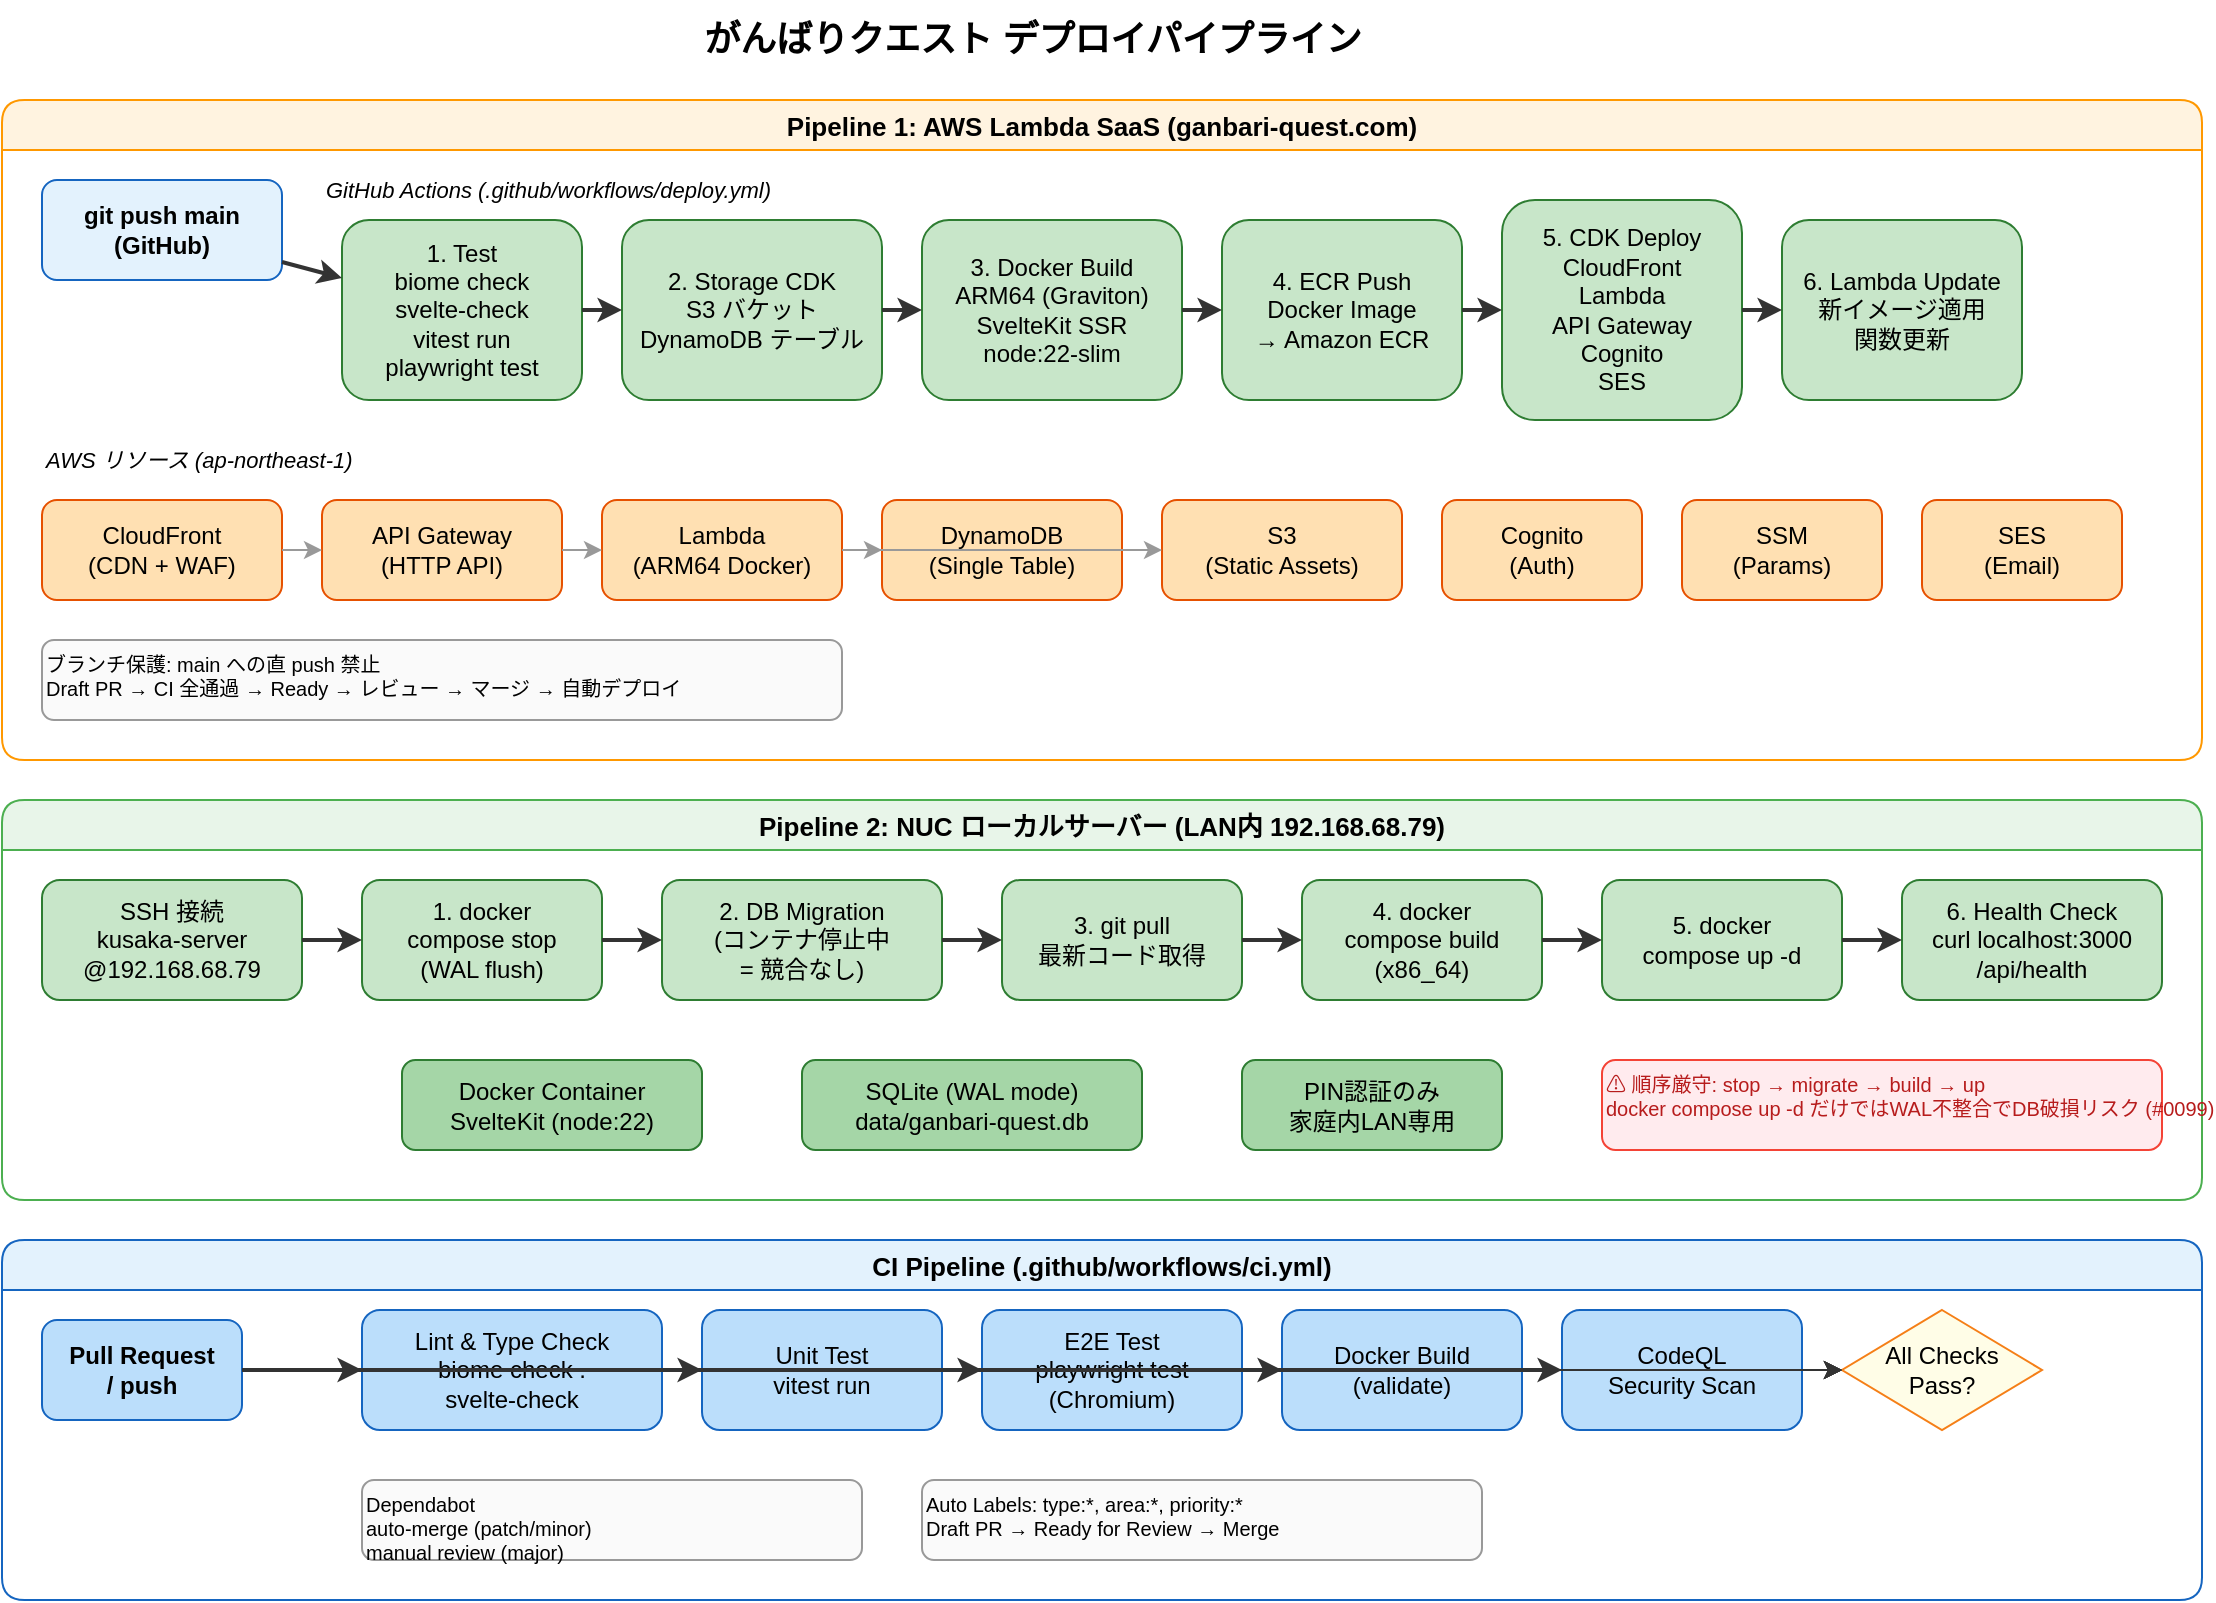
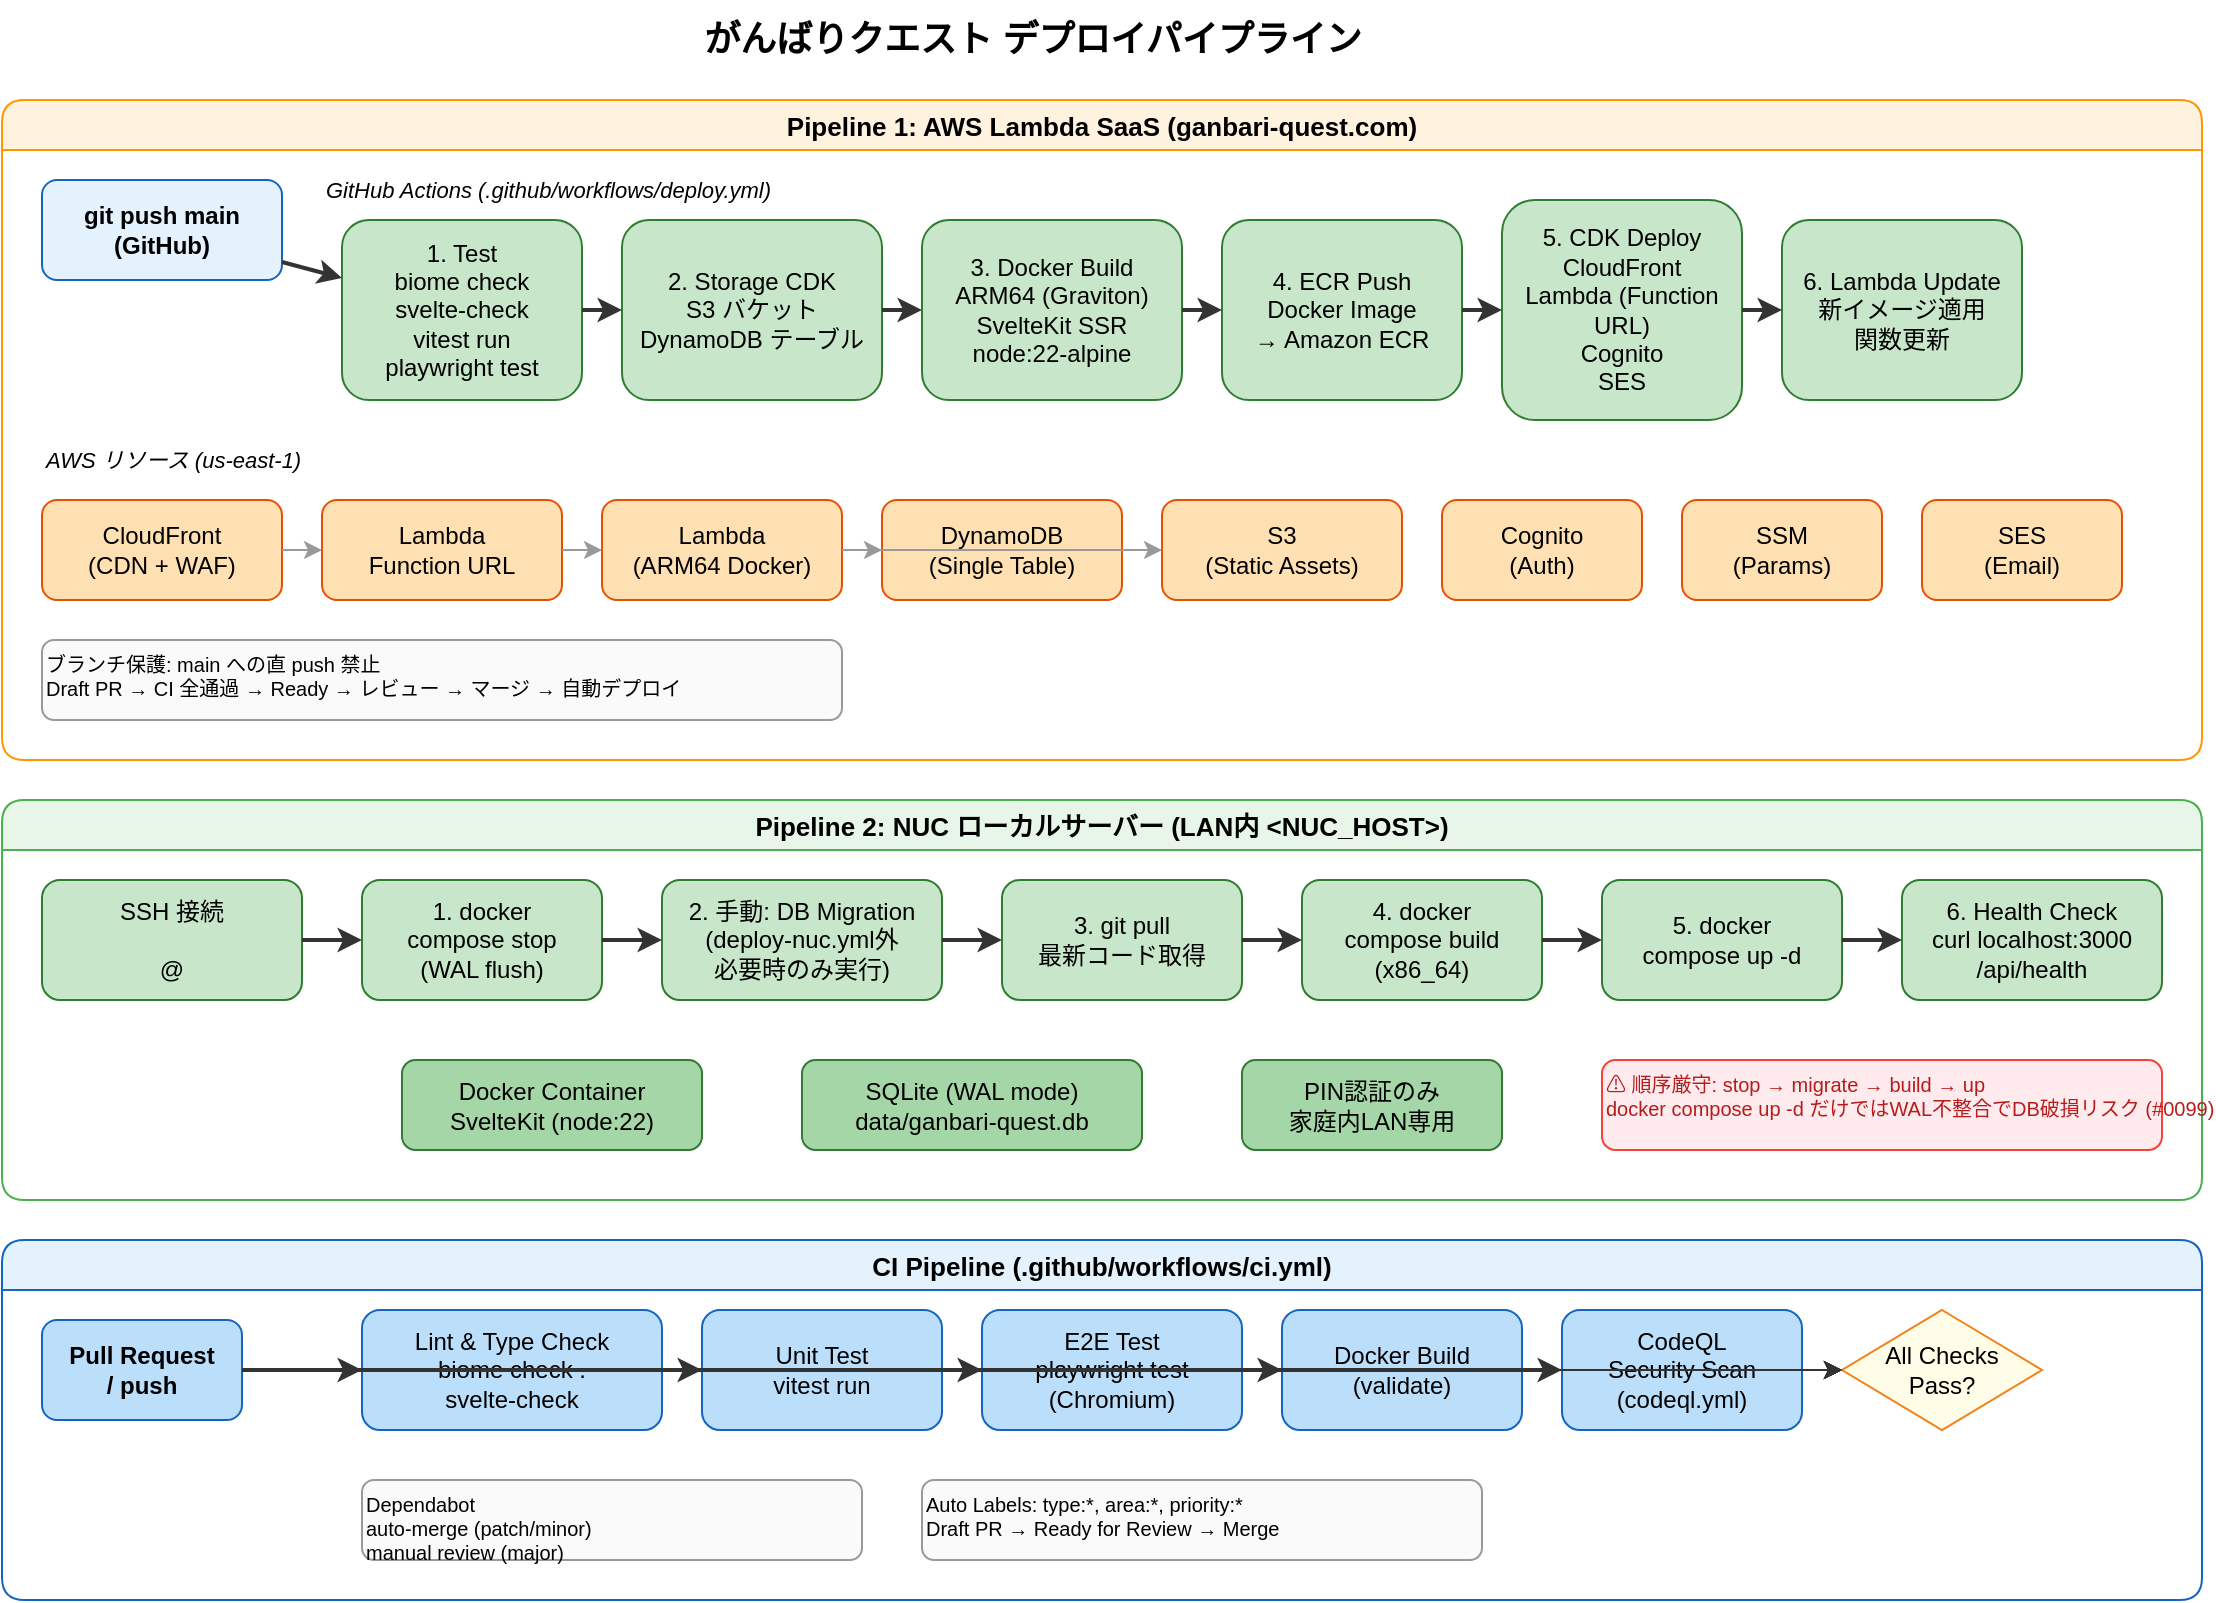
<mxfile host="app.diagrams.net" modified="2026-04-09" agent="Claude" version="24.0.0" type="device">
  <diagram id="deploy-pipeline" name="Deploy Pipeline">
    <mxGraphModel dx="1422" dy="900" grid="1" gridSize="10" guides="1" tooltips="1" connect="1" arrows="1" fold="1" page="1" pageScale="1" pageWidth="1169" pageHeight="827" math="0" shadow="0">
      <root>
        <mxCell id="0" />
        <mxCell id="1" parent="0" />

        <!-- Title -->
        <mxCell id="title" value="がんばりクエスト デプロイパイプライン" style="text;html=1;align=center;verticalAlign=middle;resizable=0;points=[];autosize=1;strokeColor=none;fillColor=none;fontSize=18;fontStyle=1;" vertex="1" parent="1">
          <mxGeometry x="320" y="10" width="450" height="40" as="geometry" />
        </mxCell>

        <!-- ===== Pipeline 1: AWS Lambda (SaaS) ===== -->
        <mxCell id="p1-group" value="Pipeline 1: AWS Lambda SaaS (ganbari-quest.com)" style="swimlane;startSize=25;fillColor=#FFF3E0;strokeColor=#FF9800;rounded=1;fontSize=13;fontStyle=1;" vertex="1" parent="1">
          <mxGeometry x="30" y="60" width="1100" height="330" as="geometry" />
        </mxCell>

        <!-- Trigger -->
        <mxCell id="p1-trigger" value="git push main&#xa;(GitHub)" style="rounded=1;whiteSpace=wrap;html=1;fillColor=#E3F2FD;strokeColor=#1565C0;fontStyle=1;" vertex="1" parent="p1-group">
          <mxGeometry x="20" y="40" width="120" height="50" as="geometry" />
        </mxCell>

        <!-- GitHub Actions -->
        <mxCell id="p1-ga-label" value="GitHub Actions (.github/workflows/deploy.yml)" style="text;html=1;align=left;verticalAlign=middle;strokeColor=none;fillColor=none;fontSize=11;fontStyle=2;" vertex="1" parent="p1-group">
          <mxGeometry x="160" y="35" width="350" height="20" as="geometry" />
        </mxCell>

        <!-- Step 1: Test -->
        <mxCell id="p1-test" value="1. Test&#xa;biome check&#xa;svelte-check&#xa;vitest run&#xa;playwright test" style="rounded=1;whiteSpace=wrap;html=1;fillColor=#C8E6C9;strokeColor=#2E7D32;" vertex="1" parent="p1-group">
          <mxGeometry x="170" y="60" width="120" height="90" as="geometry" />
        </mxCell>

        <!-- Step 2: Storage CDK -->
        <mxCell id="p1-storage" value="2. Storage CDK&#xa;S3 バケット&#xa;DynamoDB テーブル" style="rounded=1;whiteSpace=wrap;html=1;fillColor=#C8E6C9;strokeColor=#2E7D32;" vertex="1" parent="p1-group">
          <mxGeometry x="310" y="60" width="130" height="90" as="geometry" />
        </mxCell>

        <!-- Step 3: Docker Build -->
-         <mxCell id="p1-docker" value="3. Docker Build&#xa;ARM64 (Graviton)&#xa;SvelteKit SSR&#xa;node:22-slim" style="rounded=1;whiteSpace=wrap;html=1;fillColor=#C8E6C9;strokeColor=#2E7D32;" vertex="1" parent="p1-group">
+         <mxCell id="p1-docker" value="3. Docker Build&#xa;ARM64 (Graviton)&#xa;SvelteKit SSR&#xa;node:22-alpine" style="rounded=1;whiteSpace=wrap;html=1;fillColor=#C8E6C9;strokeColor=#2E7D32;" vertex="1" parent="p1-group">
          <mxGeometry x="460" y="60" width="130" height="90" as="geometry" />
        </mxCell>

        <!-- Step 4: ECR Push -->
        <mxCell id="p1-ecr" value="4. ECR Push&#xa;Docker Image&#xa;→ Amazon ECR" style="rounded=1;whiteSpace=wrap;html=1;fillColor=#C8E6C9;strokeColor=#2E7D32;" vertex="1" parent="p1-group">
          <mxGeometry x="610" y="60" width="120" height="90" as="geometry" />
        </mxCell>

        <!-- Step 5: CDK Deploy -->
-         <mxCell id="p1-cdk" value="5. CDK Deploy&#xa;CloudFront&#xa;Lambda&#xa;API Gateway&#xa;Cognito&#xa;SES" style="rounded=1;whiteSpace=wrap;html=1;fillColor=#C8E6C9;strokeColor=#2E7D32;" vertex="1" parent="p1-group">
+         <mxCell id="p1-cdk" value="5. CDK Deploy&#xa;CloudFront&#xa;Lambda (Function URL)&#xa;Cognito&#xa;SES" style="rounded=1;whiteSpace=wrap;html=1;fillColor=#C8E6C9;strokeColor=#2E7D32;" vertex="1" parent="p1-group">
          <mxGeometry x="750" y="50" width="120" height="110" as="geometry" />
        </mxCell>

        <!-- Step 6: Lambda Update -->
        <mxCell id="p1-lambda" value="6. Lambda Update&#xa;新イメージ適用&#xa;関数更新" style="rounded=1;whiteSpace=wrap;html=1;fillColor=#C8E6C9;strokeColor=#2E7D32;" vertex="1" parent="p1-group">
          <mxGeometry x="890" y="60" width="120" height="90" as="geometry" />
        </mxCell>

        <!-- Arrows -->
        <mxCell id="p1-e1" style="strokeColor=#333;strokeWidth=2;" edge="1" source="p1-trigger" target="p1-test" parent="p1-group"><mxGeometry relative="1" as="geometry" /></mxCell>
        <mxCell id="p1-e2" style="strokeColor=#333;strokeWidth=2;" edge="1" source="p1-test" target="p1-storage" parent="p1-group"><mxGeometry relative="1" as="geometry" /></mxCell>
        <mxCell id="p1-e3" style="strokeColor=#333;strokeWidth=2;" edge="1" source="p1-storage" target="p1-docker" parent="p1-group"><mxGeometry relative="1" as="geometry" /></mxCell>
        <mxCell id="p1-e4" style="strokeColor=#333;strokeWidth=2;" edge="1" source="p1-docker" target="p1-ecr" parent="p1-group"><mxGeometry relative="1" as="geometry" /></mxCell>
        <mxCell id="p1-e5" style="strokeColor=#333;strokeWidth=2;" edge="1" source="p1-ecr" target="p1-cdk" parent="p1-group"><mxGeometry relative="1" as="geometry" /></mxCell>
        <mxCell id="p1-e6" style="strokeColor=#333;strokeWidth=2;" edge="1" source="p1-cdk" target="p1-lambda" parent="p1-group"><mxGeometry relative="1" as="geometry" /></mxCell>

        <!-- AWS Resources -->
-         <mxCell id="p1-aws-label" value="AWS リソース (ap-northeast-1)" style="text;html=1;align=left;verticalAlign=middle;strokeColor=none;fillColor=none;fontSize=11;fontStyle=2;" vertex="1" parent="p1-group">
+         <mxCell id="p1-aws-label" value="AWS リソース (us-east-1)" style="text;html=1;align=left;verticalAlign=middle;strokeColor=none;fillColor=none;fontSize=11;fontStyle=2;" vertex="1" parent="p1-group">
          <mxGeometry x="20" y="170" width="250" height="20" as="geometry" />
        </mxCell>

        <mxCell id="p1-cf" value="CloudFront&#xa;(CDN + WAF)" style="rounded=1;whiteSpace=wrap;html=1;fillColor=#FFE0B2;strokeColor=#E65100;" vertex="1" parent="p1-group">
          <mxGeometry x="20" y="200" width="120" height="50" as="geometry" />
        </mxCell>
-         <mxCell id="p1-apigw" value="API Gateway&#xa;(HTTP API)" style="rounded=1;whiteSpace=wrap;html=1;fillColor=#FFE0B2;strokeColor=#E65100;" vertex="1" parent="p1-group">
+         <mxCell id="p1-apigw" value="Lambda&#xa;Function URL" style="rounded=1;whiteSpace=wrap;html=1;fillColor=#FFE0B2;strokeColor=#E65100;" vertex="1" parent="p1-group">
          <mxGeometry x="160" y="200" width="120" height="50" as="geometry" />
        </mxCell>
        <mxCell id="p1-lam" value="Lambda&#xa;(ARM64 Docker)" style="rounded=1;whiteSpace=wrap;html=1;fillColor=#FFE0B2;strokeColor=#E65100;" vertex="1" parent="p1-group">
          <mxGeometry x="300" y="200" width="120" height="50" as="geometry" />
        </mxCell>
        <mxCell id="p1-ddb" value="DynamoDB&#xa;(Single Table)" style="rounded=1;whiteSpace=wrap;html=1;fillColor=#FFE0B2;strokeColor=#E65100;" vertex="1" parent="p1-group">
          <mxGeometry x="440" y="200" width="120" height="50" as="geometry" />
        </mxCell>
        <mxCell id="p1-s3" value="S3&#xa;(Static Assets)" style="rounded=1;whiteSpace=wrap;html=1;fillColor=#FFE0B2;strokeColor=#E65100;" vertex="1" parent="p1-group">
          <mxGeometry x="580" y="200" width="120" height="50" as="geometry" />
        </mxCell>
        <mxCell id="p1-cog" value="Cognito&#xa;(Auth)" style="rounded=1;whiteSpace=wrap;html=1;fillColor=#FFE0B2;strokeColor=#E65100;" vertex="1" parent="p1-group">
          <mxGeometry x="720" y="200" width="100" height="50" as="geometry" />
        </mxCell>
        <mxCell id="p1-ssm" value="SSM&#xa;(Params)" style="rounded=1;whiteSpace=wrap;html=1;fillColor=#FFE0B2;strokeColor=#E65100;" vertex="1" parent="p1-group">
          <mxGeometry x="840" y="200" width="100" height="50" as="geometry" />
        </mxCell>
        <mxCell id="p1-ses2" value="SES&#xa;(Email)" style="rounded=1;whiteSpace=wrap;html=1;fillColor=#FFE0B2;strokeColor=#E65100;" vertex="1" parent="p1-group">
          <mxGeometry x="960" y="200" width="100" height="50" as="geometry" />
        </mxCell>

        <mxCell id="p1-aws-e1" style="strokeColor=#999;strokeWidth=1;" edge="1" source="p1-cf" target="p1-apigw" parent="p1-group"><mxGeometry relative="1" as="geometry" /></mxCell>
        <mxCell id="p1-aws-e2" style="strokeColor=#999;strokeWidth=1;" edge="1" source="p1-apigw" target="p1-lam" parent="p1-group"><mxGeometry relative="1" as="geometry" /></mxCell>
        <mxCell id="p1-aws-e3" style="strokeColor=#999;strokeWidth=1;" edge="1" source="p1-lam" target="p1-ddb" parent="p1-group"><mxGeometry relative="1" as="geometry" /></mxCell>
        <mxCell id="p1-aws-e4" style="strokeColor=#999;strokeWidth=1;" edge="1" source="p1-lam" target="p1-s3" parent="p1-group"><mxGeometry relative="1" as="geometry" /></mxCell>

        <!-- Note -->
        <mxCell id="p1-note" value="ブランチ保護: main への直 push 禁止&#xa;Draft PR → CI 全通過 → Ready → レビュー → マージ → 自動デプロイ" style="text;html=1;align=left;verticalAlign=top;strokeColor=#999;fillColor=#FAFAFA;rounded=1;fontSize=10;" vertex="1" parent="p1-group">
          <mxGeometry x="20" y="270" width="400" height="40" as="geometry" />
        </mxCell>

        <!-- ===== Pipeline 2: NUC Local (LAN) ===== -->
-         <mxCell id="p2-group" value="Pipeline 2: NUC ローカルサーバー (LAN内 192.168.68.79)" style="swimlane;startSize=25;fillColor=#E8F5E9;strokeColor=#4CAF50;rounded=1;fontSize=13;fontStyle=1;" vertex="1" parent="1">
+         <mxCell id="p2-group" value="Pipeline 2: NUC ローカルサーバー (LAN内 &lt;NUC_HOST&gt;)" style="swimlane;startSize=25;fillColor=#E8F5E9;strokeColor=#4CAF50;rounded=1;fontSize=13;fontStyle=1;" vertex="1" parent="1">
          <mxGeometry x="30" y="410" width="1100" height="200" as="geometry" />
        </mxCell>

-         <mxCell id="p2-ssh" value="SSH 接続&#xa;kusaka-server&#xa;@192.168.68.79" style="rounded=1;whiteSpace=wrap;html=1;fillColor=#C8E6C9;strokeColor=#2E7D32;" vertex="1" parent="p2-group">
+         <mxCell id="p2-ssh" value="SSH 接続&#xa;&lt;NUC_USER&gt;&#xa;@&lt;NUC_HOST&gt;" style="rounded=1;whiteSpace=wrap;html=1;fillColor=#C8E6C9;strokeColor=#2E7D32;" vertex="1" parent="p2-group">
          <mxGeometry x="20" y="40" width="130" height="60" as="geometry" />
        </mxCell>
        <mxCell id="p2-stop" value="1. docker&#xa;compose stop&#xa;(WAL flush)" style="rounded=1;whiteSpace=wrap;html=1;fillColor=#C8E6C9;strokeColor=#2E7D32;" vertex="1" parent="p2-group">
          <mxGeometry x="180" y="40" width="120" height="60" as="geometry" />
        </mxCell>
-         <mxCell id="p2-migrate" value="2. DB Migration&#xa;(コンテナ停止中&#xa;= 競合なし)" style="rounded=1;whiteSpace=wrap;html=1;fillColor=#C8E6C9;strokeColor=#2E7D32;" vertex="1" parent="p2-group">
+         <mxCell id="p2-migrate" value="2. 手動: DB Migration&#xa;(deploy-nuc.yml外&#xa;必要時のみ実行)" style="rounded=1;whiteSpace=wrap;html=1;fillColor=#C8E6C9;strokeColor=#2E7D32;" vertex="1" parent="p2-group">
          <mxGeometry x="330" y="40" width="140" height="60" as="geometry" />
        </mxCell>
        <mxCell id="p2-pull" value="3. git pull&#xa;最新コード取得" style="rounded=1;whiteSpace=wrap;html=1;fillColor=#C8E6C9;strokeColor=#2E7D32;" vertex="1" parent="p2-group">
          <mxGeometry x="500" y="40" width="120" height="60" as="geometry" />
        </mxCell>
        <mxCell id="p2-build" value="4. docker&#xa;compose build&#xa;(x86_64)" style="rounded=1;whiteSpace=wrap;html=1;fillColor=#C8E6C9;strokeColor=#2E7D32;" vertex="1" parent="p2-group">
          <mxGeometry x="650" y="40" width="120" height="60" as="geometry" />
        </mxCell>
        <mxCell id="p2-up" value="5. docker&#xa;compose up -d" style="rounded=1;whiteSpace=wrap;html=1;fillColor=#C8E6C9;strokeColor=#2E7D32;" vertex="1" parent="p2-group">
          <mxGeometry x="800" y="40" width="120" height="60" as="geometry" />
        </mxCell>
        <mxCell id="p2-health" value="6. Health Check&#xa;curl localhost:3000&#xa;/api/health" style="rounded=1;whiteSpace=wrap;html=1;fillColor=#C8E6C9;strokeColor=#2E7D32;" vertex="1" parent="p2-group">
          <mxGeometry x="950" y="40" width="130" height="60" as="geometry" />
        </mxCell>

        <mxCell id="p2-e1" style="strokeColor=#333;strokeWidth=2;" edge="1" source="p2-ssh" target="p2-stop" parent="p2-group"><mxGeometry relative="1" as="geometry" /></mxCell>
        <mxCell id="p2-e2" style="strokeColor=#333;strokeWidth=2;" edge="1" source="p2-stop" target="p2-migrate" parent="p2-group"><mxGeometry relative="1" as="geometry" /></mxCell>
        <mxCell id="p2-e3" style="strokeColor=#333;strokeWidth=2;" edge="1" source="p2-migrate" target="p2-pull" parent="p2-group"><mxGeometry relative="1" as="geometry" /></mxCell>
        <mxCell id="p2-e4" style="strokeColor=#333;strokeWidth=2;" edge="1" source="p2-pull" target="p2-build" parent="p2-group"><mxGeometry relative="1" as="geometry" /></mxCell>
        <mxCell id="p2-e5" style="strokeColor=#333;strokeWidth=2;" edge="1" source="p2-build" target="p2-up" parent="p2-group"><mxGeometry relative="1" as="geometry" /></mxCell>
        <mxCell id="p2-e6" style="strokeColor=#333;strokeWidth=2;" edge="1" source="p2-up" target="p2-health" parent="p2-group"><mxGeometry relative="1" as="geometry" /></mxCell>

        <!-- NUC Resources -->
        <mxCell id="p2-docker-res" value="Docker Container&#xa;SvelteKit (node:22)" style="rounded=1;whiteSpace=wrap;html=1;fillColor=#A5D6A7;strokeColor=#2E7D32;" vertex="1" parent="p2-group">
          <mxGeometry x="200" y="130" width="150" height="45" as="geometry" />
        </mxCell>
        <mxCell id="p2-sqlite" value="SQLite (WAL mode)&#xa;data/ganbari-quest.db" style="rounded=1;whiteSpace=wrap;html=1;fillColor=#A5D6A7;strokeColor=#2E7D32;" vertex="1" parent="p2-group">
          <mxGeometry x="400" y="130" width="170" height="45" as="geometry" />
        </mxCell>
        <mxCell id="p2-auth" value="PIN認証のみ&#xa;家庭内LAN専用" style="rounded=1;whiteSpace=wrap;html=1;fillColor=#A5D6A7;strokeColor=#2E7D32;" vertex="1" parent="p2-group">
          <mxGeometry x="620" y="130" width="130" height="45" as="geometry" />
        </mxCell>

        <!-- Warning -->
        <mxCell id="p2-warn" value="⚠ 順序厳守: stop → migrate → build → up&#xa;docker compose up -d だけではWAL不整合でDB破損リスク (#0099)" style="text;html=1;align=left;verticalAlign=top;strokeColor=#F44336;fillColor=#FFEBEE;rounded=1;fontSize=10;fontColor=#B71C1C;" vertex="1" parent="p2-group">
          <mxGeometry x="800" y="130" width="280" height="45" as="geometry" />
        </mxCell>

        <!-- ===== CI Pipeline ===== -->
        <mxCell id="p3-group" value="CI Pipeline (.github/workflows/ci.yml)" style="swimlane;startSize=25;fillColor=#E3F2FD;strokeColor=#1565C0;rounded=1;fontSize=13;fontStyle=1;" vertex="1" parent="1">
          <mxGeometry x="30" y="630" width="1100" height="180" as="geometry" />
        </mxCell>

        <mxCell id="p3-pr" value="Pull Request&#xa;/ push" style="rounded=1;whiteSpace=wrap;html=1;fillColor=#BBDEFB;strokeColor=#1565C0;fontStyle=1;" vertex="1" parent="p3-group">
          <mxGeometry x="20" y="40" width="100" height="50" as="geometry" />
        </mxCell>

        <!-- Parallel jobs -->
        <mxCell id="p3-lint" value="Lint &amp; Type Check&#xa;biome check .&#xa;svelte-check" style="rounded=1;whiteSpace=wrap;html=1;fillColor=#BBDEFB;strokeColor=#1565C0;" vertex="1" parent="p3-group">
          <mxGeometry x="180" y="35" width="150" height="60" as="geometry" />
        </mxCell>
        <mxCell id="p3-unit" value="Unit Test&#xa;vitest run" style="rounded=1;whiteSpace=wrap;html=1;fillColor=#BBDEFB;strokeColor=#1565C0;" vertex="1" parent="p3-group">
          <mxGeometry x="350" y="35" width="120" height="60" as="geometry" />
        </mxCell>
        <mxCell id="p3-e2e" value="E2E Test&#xa;playwright test&#xa;(Chromium)" style="rounded=1;whiteSpace=wrap;html=1;fillColor=#BBDEFB;strokeColor=#1565C0;" vertex="1" parent="p3-group">
          <mxGeometry x="490" y="35" width="130" height="60" as="geometry" />
        </mxCell>
        <mxCell id="p3-docker-check" value="Docker Build&#xa;(validate)" style="rounded=1;whiteSpace=wrap;html=1;fillColor=#BBDEFB;strokeColor=#1565C0;" vertex="1" parent="p3-group">
          <mxGeometry x="640" y="35" width="120" height="60" as="geometry" />
        </mxCell>
-         <mxCell id="p3-codeql" value="CodeQL&#xa;Security Scan" style="rounded=1;whiteSpace=wrap;html=1;fillColor=#BBDEFB;strokeColor=#1565C0;" vertex="1" parent="p3-group">
+         <mxCell id="p3-codeql" value="CodeQL&#xa;Security Scan&#xa;(codeql.yml)" style="rounded=1;whiteSpace=wrap;html=1;fillColor=#BBDEFB;strokeColor=#1565C0;" vertex="1" parent="p3-group">
          <mxGeometry x="780" y="35" width="120" height="60" as="geometry" />
        </mxCell>

        <!-- Result -->
        <mxCell id="p3-gate" value="All Checks&#xa;Pass?" style="shape=rhombus;whiteSpace=wrap;html=1;fillColor=#FFFDE7;strokeColor=#F57F17;" vertex="1" parent="p3-group">
          <mxGeometry x="920" y="35" width="100" height="60" as="geometry" />
        </mxCell>

        <mxCell id="p3-e1a" style="strokeColor=#333;strokeWidth=2;" edge="1" source="p3-pr" target="p3-lint" parent="p3-group"><mxGeometry relative="1" as="geometry" /></mxCell>
        <mxCell id="p3-e1b" style="strokeColor=#333;strokeWidth=2;" edge="1" source="p3-pr" target="p3-unit" parent="p3-group"><mxGeometry relative="1" as="geometry" /></mxCell>
        <mxCell id="p3-e1c" style="strokeColor=#333;strokeWidth=2;" edge="1" source="p3-pr" target="p3-e2e" parent="p3-group"><mxGeometry relative="1" as="geometry" /></mxCell>
        <mxCell id="p3-e1d" style="strokeColor=#333;strokeWidth=2;" edge="1" source="p3-pr" target="p3-docker-check" parent="p3-group"><mxGeometry relative="1" as="geometry" /></mxCell>
        <mxCell id="p3-e1e" style="strokeColor=#333;strokeWidth=2;" edge="1" source="p3-pr" target="p3-codeql" parent="p3-group"><mxGeometry relative="1" as="geometry" /></mxCell>
        <mxCell id="p3-e2a" style="strokeColor=#333;strokeWidth=1;" edge="1" source="p3-lint" target="p3-gate" parent="p3-group"><mxGeometry relative="1" as="geometry" /></mxCell>
        <mxCell id="p3-e2b" style="strokeColor=#333;strokeWidth=1;" edge="1" source="p3-unit" target="p3-gate" parent="p3-group"><mxGeometry relative="1" as="geometry" /></mxCell>
        <mxCell id="p3-e2c" style="strokeColor=#333;strokeWidth=1;" edge="1" source="p3-e2e" target="p3-gate" parent="p3-group"><mxGeometry relative="1" as="geometry" /></mxCell>
        <mxCell id="p3-e2d" style="strokeColor=#333;strokeWidth=1;" edge="1" source="p3-docker-check" target="p3-gate" parent="p3-group"><mxGeometry relative="1" as="geometry" /></mxCell>
        <mxCell id="p3-e2e2" style="strokeColor=#333;strokeWidth=1;" edge="1" source="p3-codeql" target="p3-gate" parent="p3-group"><mxGeometry relative="1" as="geometry" /></mxCell>

        <!-- Dependabot -->
        <mxCell id="p3-depbot" value="Dependabot&#xa;auto-merge (patch/minor)&#xa;manual review (major)" style="text;html=1;align=left;verticalAlign=top;strokeColor=#999;fillColor=#FAFAFA;rounded=1;fontSize=10;" vertex="1" parent="p3-group">
          <mxGeometry x="180" y="120" width="250" height="40" as="geometry" />
        </mxCell>
        <mxCell id="p3-labels" value="Auto Labels: type:*, area:*, priority:*&#xa;Draft PR → Ready for Review → Merge" style="text;html=1;align=left;verticalAlign=top;strokeColor=#999;fillColor=#FAFAFA;rounded=1;fontSize=10;" vertex="1" parent="p3-group">
          <mxGeometry x="460" y="120" width="280" height="40" as="geometry" />
        </mxCell>
      </root>
    </mxGraphModel>
  </diagram>
</mxfile>
